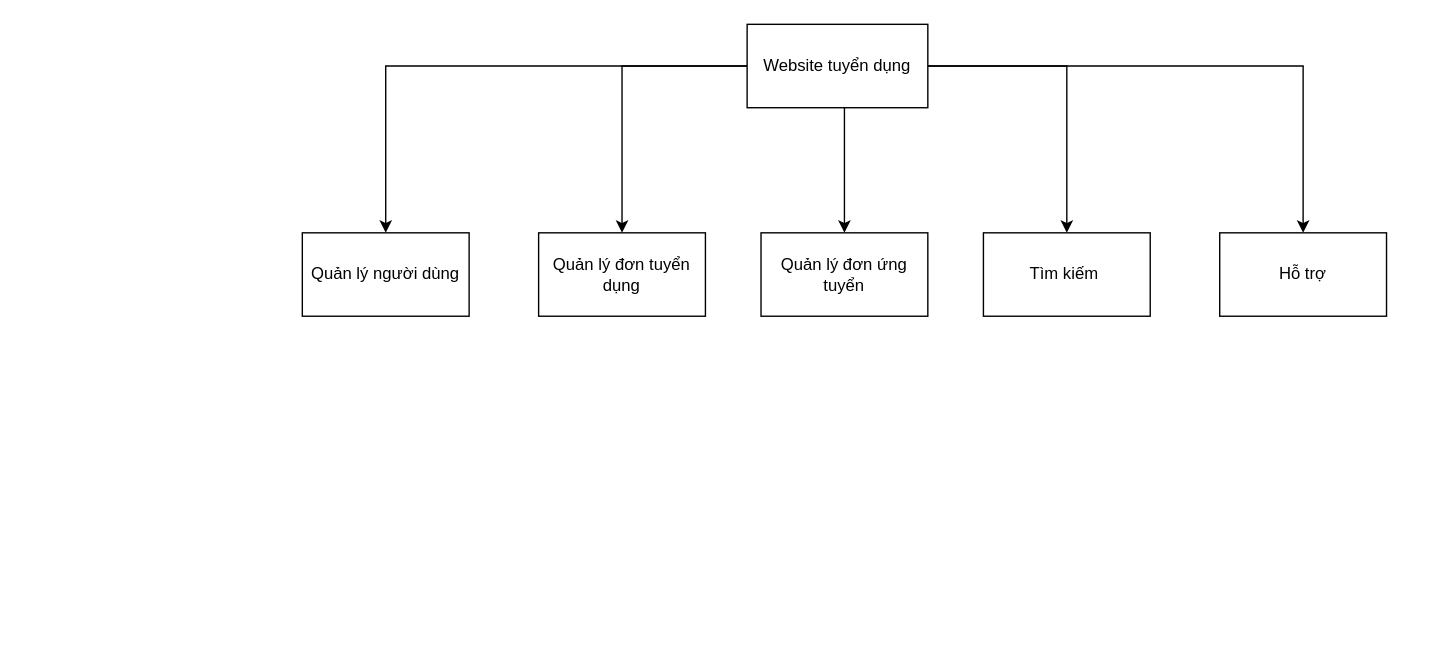
Before: PHANRACHUCNANG.drawio in LeeTaDa/LeTatDat, a draw.io diagram. Source tidied: cells renumbered, new cells numbered last; positions are measured from the earlier drawing's top-left corner, leaving out a move shared by most shapes. Both pictures are drawn from the tidied source at 139%, with x=0, y=0 at pixel (302, 24).
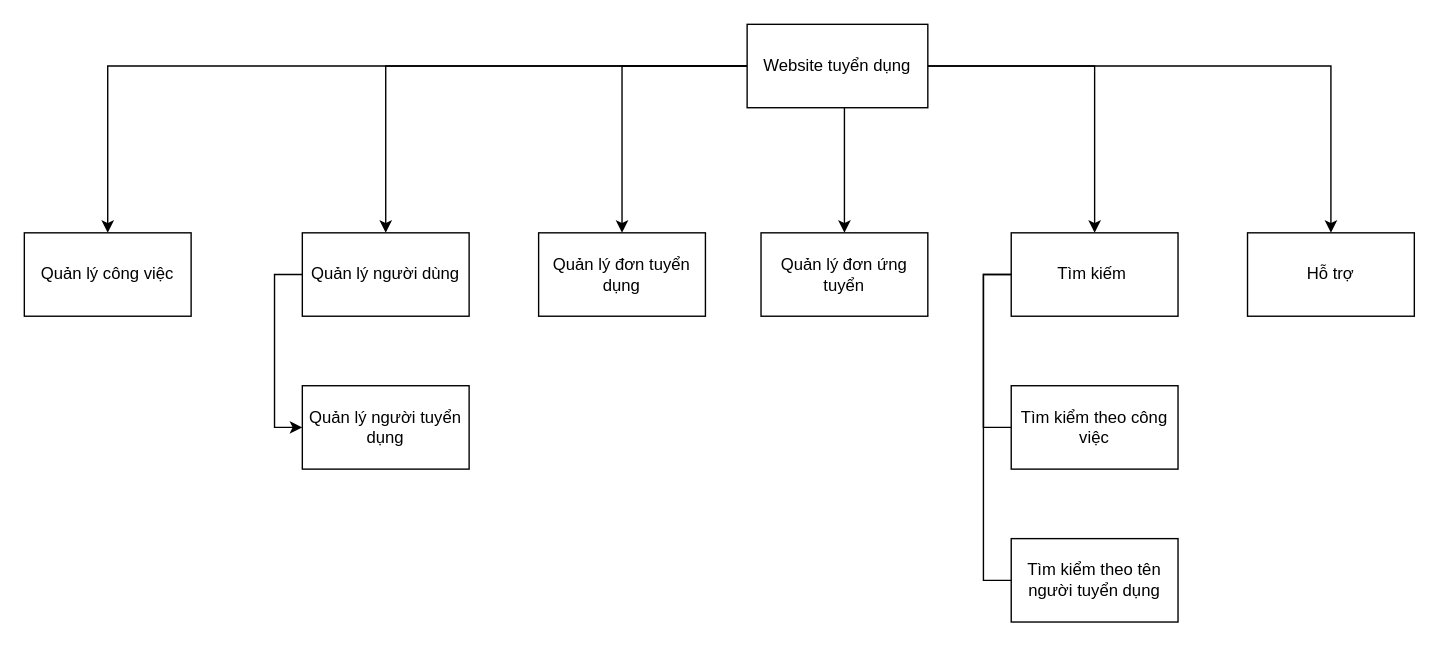
The same diagram, later.

Unchanged cells that the change refers to:
```xml
<mxCell id="6" value="Website tuyển dụng" style="rounded=0;whiteSpace=wrap;html=1;" parent="1" vertex="1">
  <mxGeometry x="320" width="130" height="60" as="geometry" />
</mxCell>
<mxCell id="11" value="Quản lý người dùng" style="rounded=0;whiteSpace=wrap;html=1;" parent="1" vertex="1">
  <mxGeometry y="150" width="120" height="60" as="geometry" />
</mxCell>
```

What changed in the source:
```diff
@@
+    <mxCell id="13" style="edgeStyle=orthogonalEdgeStyle;rounded=0;jettySize=auto;html=1;entryX=0.5;entryY=0;entryDx=0;entryDy=0;" parent="1" edge="1" source="6" target="20">
+      <mxGeometry relative="1" as="geometry" />
+    </mxCell>
@@
+    <mxCell id="14" style="edgeStyle=elbowEdgeStyle;rounded=0;orthogonalLoop=1;jettySize=auto;html=1;entryX=0;entryY=0.5;entryDx=0;entryDy=0;" parent="1" edge="1">
+      <mxGeometry relative="1" as="geometry">
+        <mxPoint x="530" y="180" as="sourcePoint" />
+        <mxPoint x="530" y="290" as="targetPoint" />
+        <Array as="points">
+          <mxPoint x="490" y="280" />
+        </Array>
+      </mxGeometry>
+    </mxCell>
+    <mxCell id="15" style="edgeStyle=elbowEdgeStyle;rounded=0;orthogonalLoop=1;jettySize=auto;html=1;entryX=0;entryY=0.5;entryDx=0;entryDy=0;" parent="1" edge="1">
+      <mxGeometry relative="1" as="geometry">
+        <mxPoint x="530" y="180" as="sourcePoint" />
+        <mxPoint x="530" y="400" as="targetPoint" />
+        <Array as="points">
+          <mxPoint x="490" y="320" />
+        </Array>
+      </mxGeometry>
+    </mxCell>
     <mxCell id="8" value="Tìm kiếm&amp;nbsp;" style="rounded=0;whiteSpace=wrap;html=1;" parent="1" vertex="1">
-      <mxGeometry x="490" y="150" width="120" height="60" as="geometry" />
+      <mxGeometry x="510" y="150" width="120" height="60" as="geometry" />
     </mxCell>
@@
+    <mxCell id="16" style="edgeStyle=elbowEdgeStyle;rounded=0;jettySize=auto;html=1;entryX=0;entryY=0.5;entryDx=0;entryDy=0;" parent="1" edge="1" source="11" target="17">
+      <mxGeometry relative="1" as="geometry">
+        <Array as="points">
+          <mxPoint x="-20" y="260" />
+        </Array>
+      </mxGeometry>
+    </mxCell>
@@
     <mxCell id="12" value="Hỗ trợ" style="rounded=0;whiteSpace=wrap;html=1;" parent="1" vertex="1">
-      <mxGeometry x="660" y="150" width="120" height="60" as="geometry" />
+      <mxGeometry x="680" y="150" width="120" height="60" as="geometry" />
     </mxCell>
+    <mxCell id="17" value="Quản lý người tuyển dụng" style="rounded=0;whiteSpace=wrap;html=1;" parent="1" vertex="1">
+      <mxGeometry y="260" width="120" height="60" as="geometry" />
+    </mxCell>
+    <mxCell id="18" value="Tìm kiểm theo công việc" style="rounded=0;whiteSpace=wrap;html=1;" parent="1" vertex="1">
+      <mxGeometry x="510" y="260" width="120" height="60" as="geometry" />
+    </mxCell>
+    <mxCell id="19" value="Tìm kiểm theo tên người tuyển dụng" style="rounded=0;whiteSpace=wrap;html=1;" parent="1" vertex="1">
+      <mxGeometry x="510" y="370" width="120" height="60" as="geometry" />
+    </mxCell>
+    <mxCell id="20" value="Quản lý công việc" style="rounded=0;whiteSpace=wrap;html=1;" parent="1" vertex="1">
+      <mxGeometry x="-200" y="150" width="120" height="60" as="geometry" />
+    </mxCell>
```
